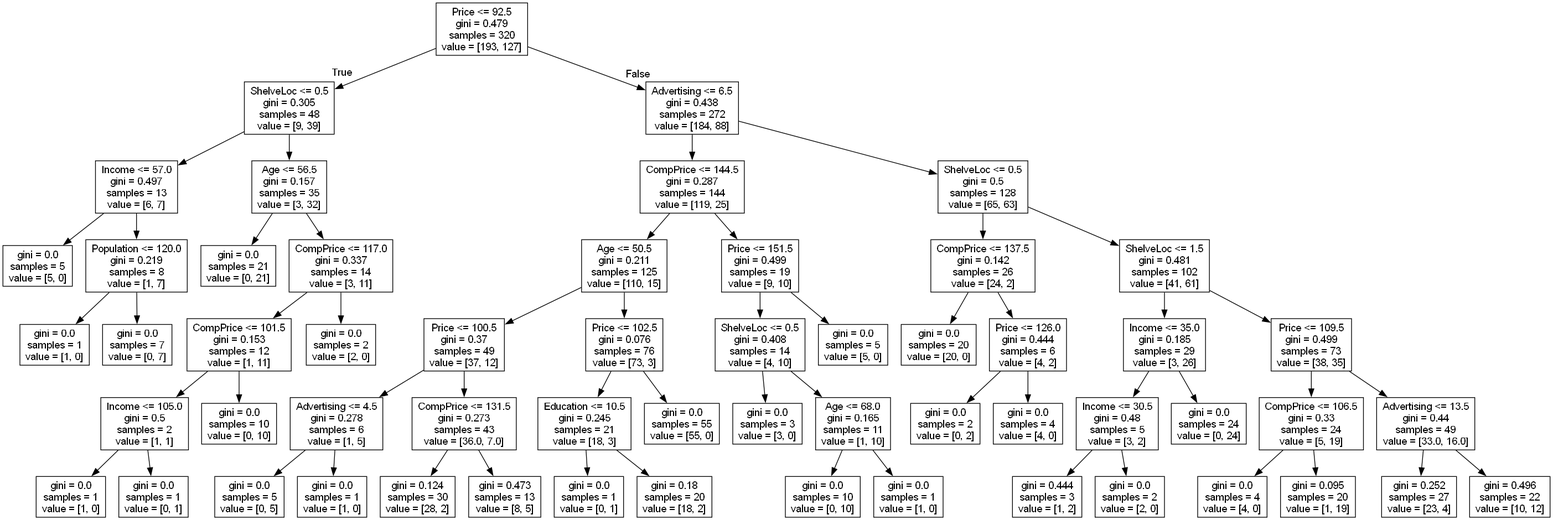
Above: carseat_tree.png in muzaffarizamuddin/machine-learning-course (Graphviz), before the change. Its source is kept beside it as carseat_tree.dot. Source of this version:
```dot
digraph Tree {
node [shape=box, fontname="helvetica"] ;
edge [fontname="helvetica"] ;
0 [label="Price <= 92.5\ngini = 0.479\nsamples = 320\nvalue = [193, 127]"] ;
1 [label="ShelveLoc <= 0.5\ngini = 0.305\nsamples = 48\nvalue = [9, 39]"] ;
0 -> 1 [labeldistance=2.5, labelangle=45, headlabel="True"] ;
2 [label="Income <= 57.0\ngini = 0.497\nsamples = 13\nvalue = [6, 7]"] ;
1 -> 2 ;
3 [label="gini = 0.0\nsamples = 5\nvalue = [5, 0]"] ;
2 -> 3 ;
4 [label="Population <= 120.0\ngini = 0.219\nsamples = 8\nvalue = [1, 7]"] ;
2 -> 4 ;
5 [label="gini = 0.0\nsamples = 1\nvalue = [1, 0]"] ;
4 -> 5 ;
6 [label="gini = 0.0\nsamples = 7\nvalue = [0, 7]"] ;
4 -> 6 ;
7 [label="Age <= 56.5\ngini = 0.157\nsamples = 35\nvalue = [3, 32]"] ;
1 -> 7 ;
8 [label="gini = 0.0\nsamples = 21\nvalue = [0, 21]"] ;
7 -> 8 ;
9 [label="CompPrice <= 117.0\ngini = 0.337\nsamples = 14\nvalue = [3, 11]"] ;
7 -> 9 ;
10 [label="CompPrice <= 101.5\ngini = 0.153\nsamples = 12\nvalue = [1, 11]"] ;
9 -> 10 ;
11 [label="Income <= 105.0\ngini = 0.5\nsamples = 2\nvalue = [1, 1]"] ;
10 -> 11 ;
12 [label="gini = 0.0\nsamples = 1\nvalue = [1, 0]"] ;
11 -> 12 ;
13 [label="gini = 0.0\nsamples = 1\nvalue = [0, 1]"] ;
11 -> 13 ;
14 [label="gini = 0.0\nsamples = 10\nvalue = [0, 10]"] ;
10 -> 14 ;
15 [label="gini = 0.0\nsamples = 2\nvalue = [2, 0]"] ;
9 -> 15 ;
16 [label="Advertising <= 6.5\ngini = 0.438\nsamples = 272\nvalue = [184, 88]"] ;
0 -> 16 [labeldistance=2.5, labelangle=-45, headlabel="False"] ;
17 [label="CompPrice <= 144.5\ngini = 0.287\nsamples = 144\nvalue = [119, 25]"] ;
16 -> 17 ;
18 [label="Age <= 50.5\ngini = 0.211\nsamples = 125\nvalue = [110, 15]"] ;
17 -> 18 ;
19 [label="Price <= 100.5\ngini = 0.37\nsamples = 49\nvalue = [37, 12]"] ;
18 -> 19 ;
20 [label="Advertising <= 4.5\ngini = 0.278\nsamples = 6\nvalue = [1, 5]"] ;
19 -> 20 ;
21 [label="gini = 0.0\nsamples = 5\nvalue = [0, 5]"] ;
20 -> 21 ;
22 [label="gini = 0.0\nsamples = 1\nvalue = [1, 0]"] ;
20 -> 22 ;
23 [label="CompPrice <= 131.5\ngini = 0.273\nsamples = 43\nvalue = [36.0, 7.0]"] ;
19 -> 23 ;
24 [label="gini = 0.124\nsamples = 30\nvalue = [28, 2]"] ;
23 -> 24 ;
25 [label="gini = 0.473\nsamples = 13\nvalue = [8, 5]"] ;
23 -> 25 ;
26 [label="Price <= 102.5\ngini = 0.076\nsamples = 76\nvalue = [73, 3]"] ;
18 -> 26 ;
27 [label="Education <= 10.5\ngini = 0.245\nsamples = 21\nvalue = [18, 3]"] ;
26 -> 27 ;
28 [label="gini = 0.0\nsamples = 1\nvalue = [0, 1]"] ;
27 -> 28 ;
29 [label="gini = 0.18\nsamples = 20\nvalue = [18, 2]"] ;
27 -> 29 ;
30 [label="gini = 0.0\nsamples = 55\nvalue = [55, 0]"] ;
26 -> 30 ;
31 [label="Price <= 151.5\ngini = 0.499\nsamples = 19\nvalue = [9, 10]"] ;
17 -> 31 ;
32 [label="ShelveLoc <= 0.5\ngini = 0.408\nsamples = 14\nvalue = [4, 10]"] ;
31 -> 32 ;
33 [label="gini = 0.0\nsamples = 3\nvalue = [3, 0]"] ;
32 -> 33 ;
34 [label="Age <= 68.0\ngini = 0.165\nsamples = 11\nvalue = [1, 10]"] ;
32 -> 34 ;
35 [label="gini = 0.0\nsamples = 10\nvalue = [0, 10]"] ;
34 -> 35 ;
36 [label="gini = 0.0\nsamples = 1\nvalue = [1, 0]"] ;
34 -> 36 ;
37 [label="gini = 0.0\nsamples = 5\nvalue = [5, 0]"] ;
31 -> 37 ;
38 [label="ShelveLoc <= 0.5\ngini = 0.5\nsamples = 128\nvalue = [65, 63]"] ;
16 -> 38 ;
39 [label="CompPrice <= 137.5\ngini = 0.142\nsamples = 26\nvalue = [24, 2]"] ;
38 -> 39 ;
40 [label="gini = 0.0\nsamples = 20\nvalue = [20, 0]"] ;
39 -> 40 ;
41 [label="Price <= 126.0\ngini = 0.444\nsamples = 6\nvalue = [4, 2]"] ;
39 -> 41 ;
42 [label="gini = 0.0\nsamples = 2\nvalue = [0, 2]"] ;
41 -> 42 ;
43 [label="gini = 0.0\nsamples = 4\nvalue = [4, 0]"] ;
41 -> 43 ;
44 [label="ShelveLoc <= 1.5\ngini = 0.481\nsamples = 102\nvalue = [41, 61]"] ;
38 -> 44 ;
45 [label="Income <= 35.0\ngini = 0.185\nsamples = 29\nvalue = [3, 26]"] ;
44 -> 45 ;
46 [label="Income <= 30.5\ngini = 0.48\nsamples = 5\nvalue = [3, 2]"] ;
45 -> 46 ;
47 [label="gini = 0.444\nsamples = 3\nvalue = [1, 2]"] ;
46 -> 47 ;
48 [label="gini = 0.0\nsamples = 2\nvalue = [2, 0]"] ;
46 -> 48 ;
49 [label="gini = 0.0\nsamples = 24\nvalue = [0, 24]"] ;
45 -> 49 ;
50 [label="Price <= 109.5\ngini = 0.499\nsamples = 73\nvalue = [38, 35]"] ;
44 -> 50 ;
51 [label="CompPrice <= 106.5\ngini = 0.33\nsamples = 24\nvalue = [5, 19]"] ;
50 -> 51 ;
52 [label="gini = 0.0\nsamples = 4\nvalue = [4, 0]"] ;
51 -> 52 ;
53 [label="gini = 0.095\nsamples = 20\nvalue = [1, 19]"] ;
51 -> 53 ;
54 [label="Advertising <= 13.5\ngini = 0.44\nsamples = 49\nvalue = [33.0, 16.0]"] ;
50 -> 54 ;
55 [label="gini = 0.252\nsamples = 27\nvalue = [23, 4]"] ;
54 -> 55 ;
56 [label="gini = 0.496\nsamples = 22\nvalue = [10, 12]"] ;
54 -> 56 ;
}
```
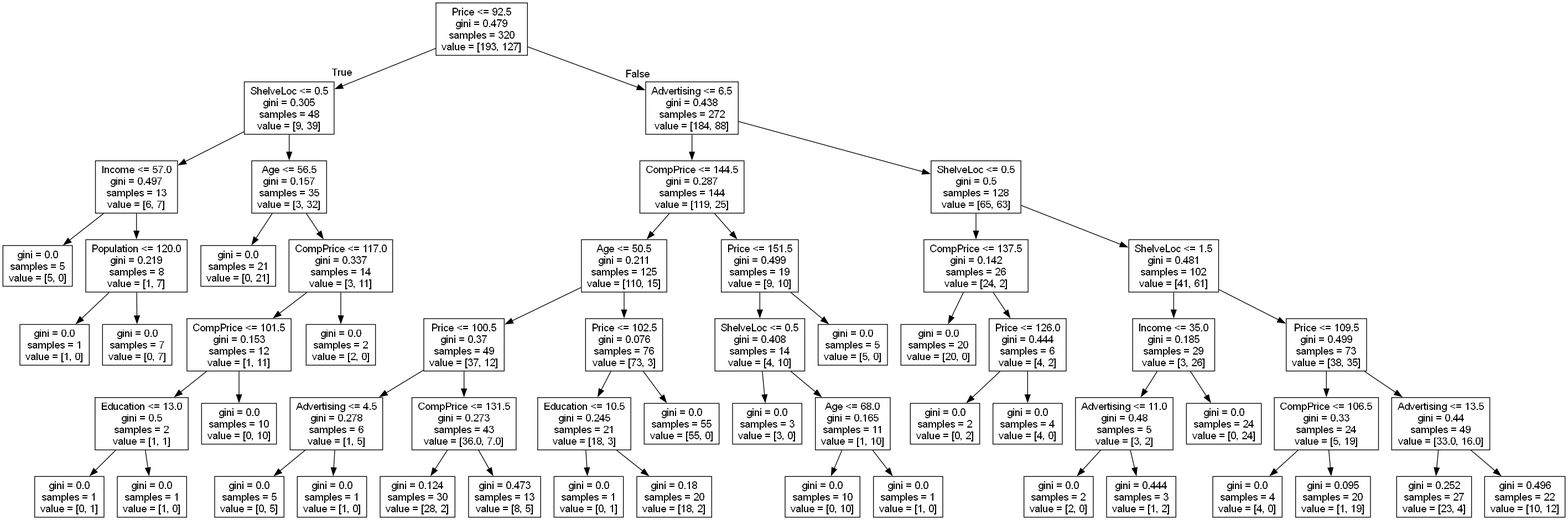
The same diagram one commit later.

The edit, as a diff of the source:
```diff
@@ -22,11 +22,11 @@
 7 -> 9 ;
 10 [label="CompPrice <= 101.5\ngini = 0.153\nsamples = 12\nvalue = [1, 11]"] ;
 9 -> 10 ;
-11 [label="Income <= 105.0\ngini = 0.5\nsamples = 2\nvalue = [1, 1]"] ;
+11 [label="Education <= 13.0\ngini = 0.5\nsamples = 2\nvalue = [1, 1]"] ;
 10 -> 11 ;
-12 [label="gini = 0.0\nsamples = 1\nvalue = [1, 0]"] ;
+12 [label="gini = 0.0\nsamples = 1\nvalue = [0, 1]"] ;
 11 -> 12 ;
-13 [label="gini = 0.0\nsamples = 1\nvalue = [0, 1]"] ;
+13 [label="gini = 0.0\nsamples = 1\nvalue = [1, 0]"] ;
 11 -> 13 ;
 14 [label="gini = 0.0\nsamples = 10\nvalue = [0, 10]"] ;
 10 -> 14 ;
@@ -92,11 +92,11 @@
 38 -> 44 ;
 45 [label="Income <= 35.0\ngini = 0.185\nsamples = 29\nvalue = [3, 26]"] ;
 44 -> 45 ;
-46 [label="Income <= 30.5\ngini = 0.48\nsamples = 5\nvalue = [3, 2]"] ;
+46 [label="Advertising <= 11.0\ngini = 0.48\nsamples = 5\nvalue = [3, 2]"] ;
 45 -> 46 ;
-47 [label="gini = 0.444\nsamples = 3\nvalue = [1, 2]"] ;
+47 [label="gini = 0.0\nsamples = 2\nvalue = [2, 0]"] ;
 46 -> 47 ;
-48 [label="gini = 0.0\nsamples = 2\nvalue = [2, 0]"] ;
+48 [label="gini = 0.444\nsamples = 3\nvalue = [1, 2]"] ;
 46 -> 48 ;
 49 [label="gini = 0.0\nsamples = 24\nvalue = [0, 24]"] ;
 45 -> 49 ;
```
